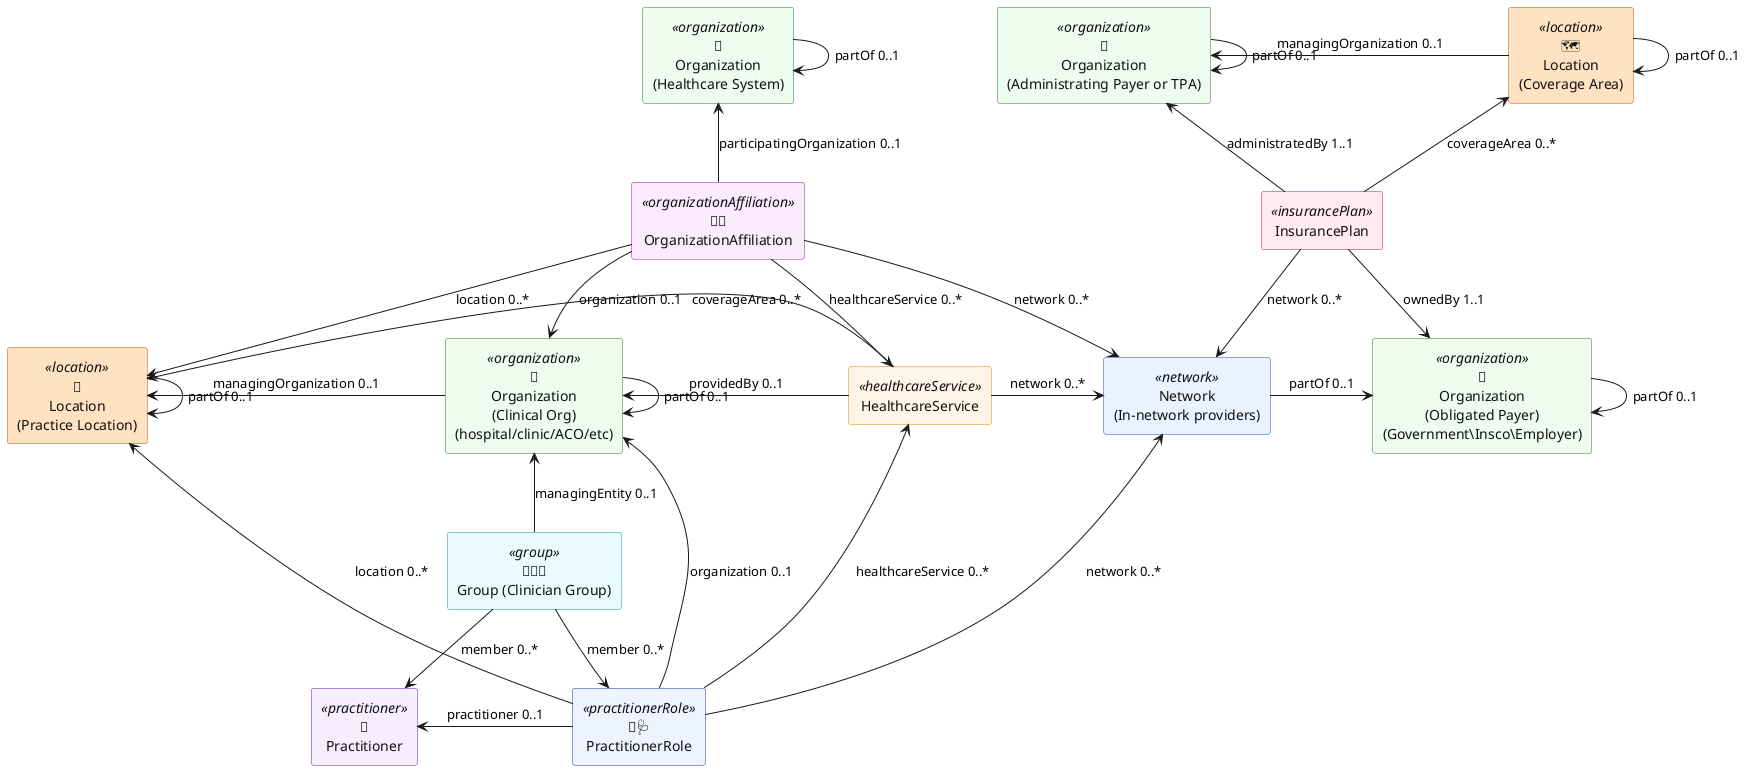
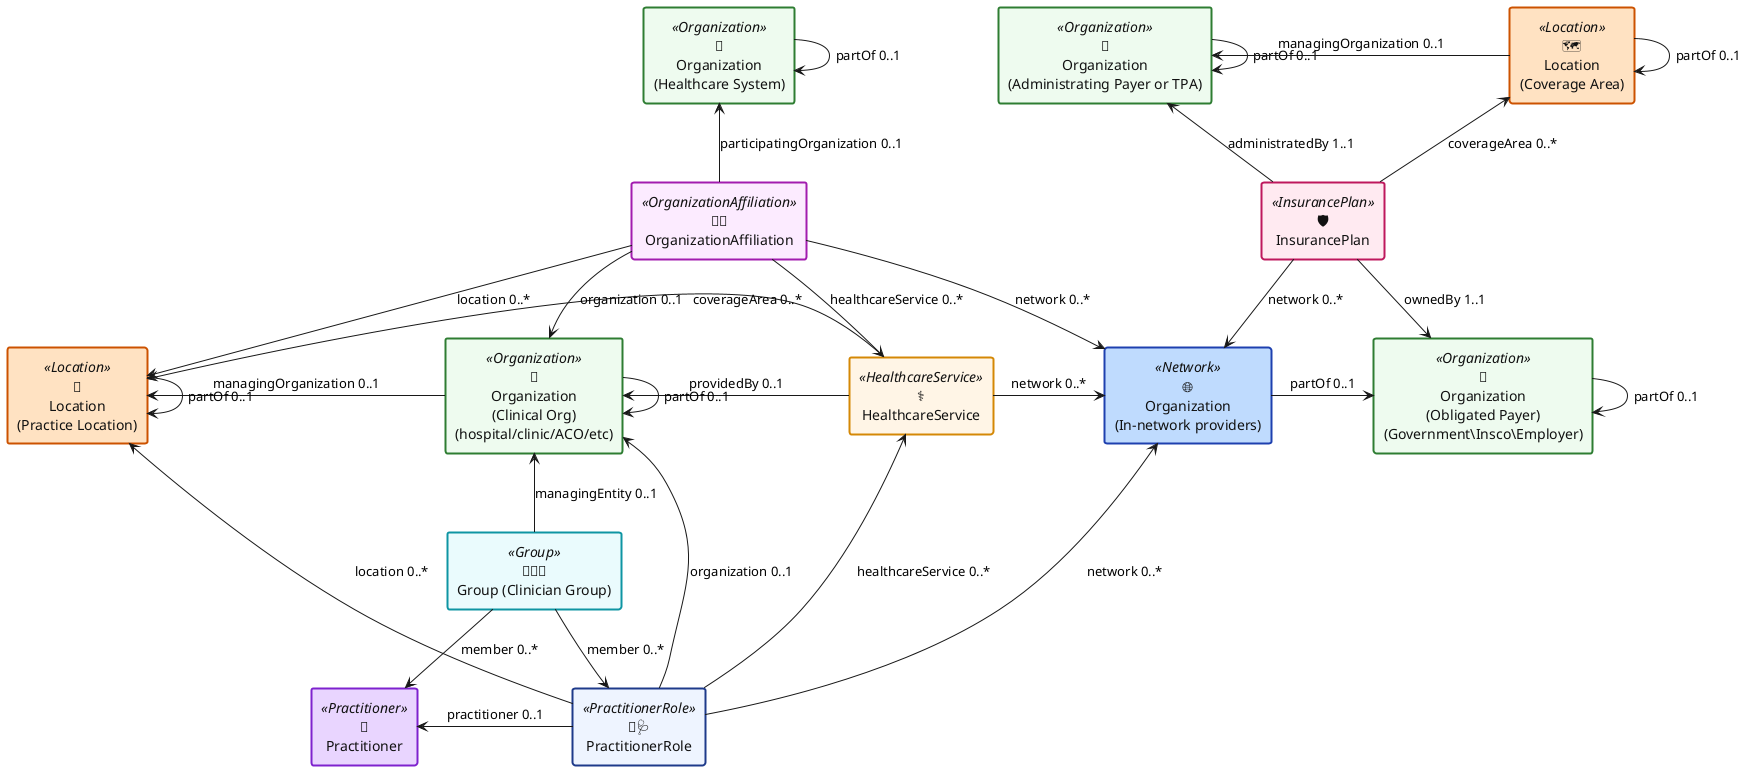
@startuml
skinparam svgDimensionStyle false
skinparam defaultTextAlignment center
skinparam agent {
	FontColor #111111
- 	BackgroundColor<<healthcareService>> #FFF5E6
- 	BorderColor<<healthcareService>> #D48806
- 	BackgroundColor<<insurancePlan>> #FFEAF1
- 	BorderColor<<insurancePlan>> #BE185D
- 	BackgroundColor<<location>> #FFE2C2
- 	BorderColor<<location>> #CC5200
- 	BackgroundColor<<network>> #EAF1FF
- 	BorderColor<<network>> #1D4ED8
- 	BackgroundColor<<organization>> #EEFBEF
- 	BorderColor<<organization>> #2E7D32
- 	BackgroundColor<<organizationAffiliation>> #FCEBFF
- 	BorderColor<<organizationAffiliation>> #A21CAF
- 	BackgroundColor<<practitioner>> #F4EEFF
- 	BorderColor<<practitioner>> #6B21A8
- 	BackgroundColor<<practitionerRole>> #EEF4FF
- 	BorderColor<<practitionerRole>> #1E3A8A
- 	BackgroundColor<<group>> #EAFBFD
- 	BorderColor<<group>> #0E95A3
+ 	BorderThickness 2
+ 	BackgroundColor<<HealthcareService>> #FFF5E6
+ 	BorderColor<<HealthcareService>> #D48806
+ 	BackgroundColor<<InsurancePlan>> #FFEAF1
+ 	BorderColor<<InsurancePlan>> #BE185D
+ 	BackgroundColor<<Location>> #FFE2C2
+ 	BorderColor<<Location>> #CC5200
+ 	BackgroundColor<<Network>> #BFDBFE
+ 	BorderColor<<Network>> #1E40AF
+ 	BackgroundColor<<Organization>> #EEFBEF
+ 	BorderColor<<Organization>> #2E7D32
+ 	BackgroundColor<<OrganizationAffiliation>> #FCEBFF
+ 	BorderColor<<OrganizationAffiliation>> #A21CAF
+ 	BackgroundColor<<Practitioner>> #E9D5FF
+ 	BorderColor<<Practitioner>> #7E22CE
+ 	BackgroundColor<<PractitionerRole>> #EEF4FF
+ 	BorderColor<<PractitionerRole>> #1E3A8A
+ 	BackgroundColor<<Group>> #EAFBFD
+ 	BorderColor<<Group>> #0E95A3
}

- agent "🏢🏢\nOrganizationAffiliation" as orgAff <<organizationAffiliation>>
- agent "🏢\nOrganization\n(Administrating Payer or TPA)" as orgIns2 <<organization>>
- agent "🏢\nOrganization\n(Obligated Payer)\n(Government\Insco\Employer)" as orgIns1 <<organization>>
- agent "🏢\nOrganization\n(Healthcare System)" as orgOrgAff <<organization>>
- agent "🏥\nOrganization\n(Clinical Org)\n(hospital/clinic/ACO/etc)" as orgOrgPrac <<organization>>
- agent "🗺️\nLocation\n(Coverage Area)" as locIns <<location>>
- agent "📍\nLocation\n(Practice Location)" as locOrgPrac <<location>>
- agent "Network\n(In-network providers)" as network <<network>>
- agent HealthcareService as service <<healthcareService>>
- agent InsurancePlan as insurance <<insurancePlan>>
- agent "👤🩺\nPractitionerRole" as pracRole <<practitionerRole>>
- agent "👤\nPractitioner" as practitioner <<practitioner>>
- agent "🧑‍🤝‍🧑\nGroup (Clinician Group)" as group <<group>>
+ agent "🏢🏢\nOrganizationAffiliation" as orgAff <<OrganizationAffiliation>>
+ agent "🏢\nOrganization\n(Administrating Payer or TPA)" as orgIns2 <<Organization>>
+ agent "🏢\nOrganization\n(Obligated Payer)\n(Government\Insco\Employer)" as orgIns1 <<Organization>>
+ agent "🏢\nOrganization\n(Healthcare System)" as orgOrgAff <<Organization>>
+ agent "🏥\nOrganization\n(Clinical Org)\n(hospital/clinic/ACO/etc)" as orgOrgPrac <<Organization>>
+ agent "🗺️\nLocation\n(Coverage Area)" as locIns <<Location>>
+ agent "📍\nLocation\n(Practice Location)" as locOrgPrac <<Location>>
+ agent "🌐\nOrganization\n(In-network providers)" as network <<Network>>
+ agent "⚕️\nHealthcareService" as service <<HealthcareService>>
+ agent "🛡️\nInsurancePlan" as insurance <<InsurancePlan>>
+ agent "👤🩺\nPractitionerRole" as pracRole <<PractitionerRole>>
+ agent "👤\nPractitioner" as practitioner <<Practitioner>>
+ agent "🧑‍🤝‍🧑\nGroup (Clinician Group)" as group <<Group>>

pracRole -up-> network: "network 0..*"
pracRole -up-> orgOrgPrac: "organization 0..1"
pracRole -up-> service: "healthcareService 0..*"
group -up-> orgOrgPrac: "managingEntity 0..1"
group -down-> practitioner: "member 0..*"
group -down-> pracRole: "member 0..*"
service -left->orgOrgPrac: "providedBy 0..1"
service -left->locOrgPrac: "coverageArea 0..*"
service -right->network: "network 0..*"
pracRole -up-> locOrgPrac: "location 0..*"
orgAff -down-> network: "network 0..*"
orgAff -down-> orgOrgPrac: "organization 0..1"
orgAff -down-> service: "healthcareService 0..*"
orgAff -down-> locOrgPrac: "location 0..*"


orgAff -up-> orgOrgAff: "participatingOrganization 0..1"
insurance -down-> network: "network 0..*"
insurance -up-> locIns: "coverageArea 0..*"
orgOrgPrac -left-> locOrgPrac: "managingOrganization 0..1"
insurance -up-> orgIns2: "administratedBy 1..1"
insurance -down-> orgIns1: "ownedBy 1..1"
network -right-> orgIns1: "partOf 0..1"

pracRole -left-> practitioner: "practitioner 0..1"

locOrgPrac -right-> locOrgPrac : "partOf 0..1"
locIns -right-> locIns : "partOf 0..1"
orgOrgPrac -right-> orgOrgPrac : "partOf 0..1"
orgIns1 -right-> orgIns1 : "partOf 0..1"
orgIns2 -right-> orgIns2 : "partOf 0..1"
orgIns2 <-right- locIns: "managingOrganization 0..1"
orgOrgAff -right-> orgOrgAff : "partOf 0..1"

@enduml